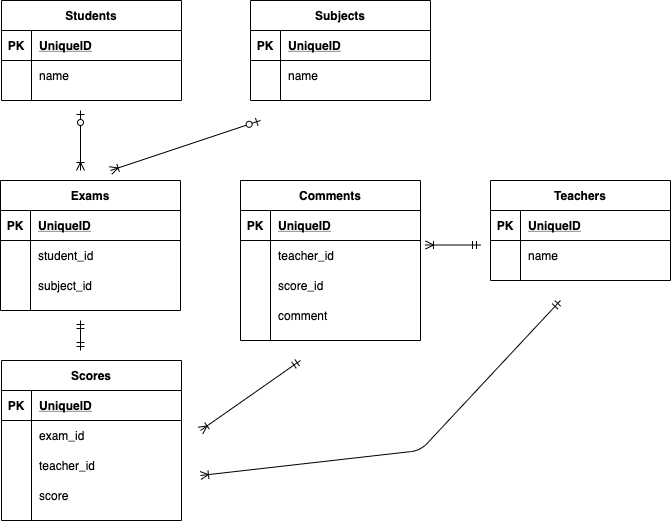
The draw.io diagram test.drawio.png in nakamura-jin/DB, before a commit. Source tidied: cells renumbered, new cells last; positions are measured from the earlier drawing's top-left corner, leaving out a move shared by most shapes.
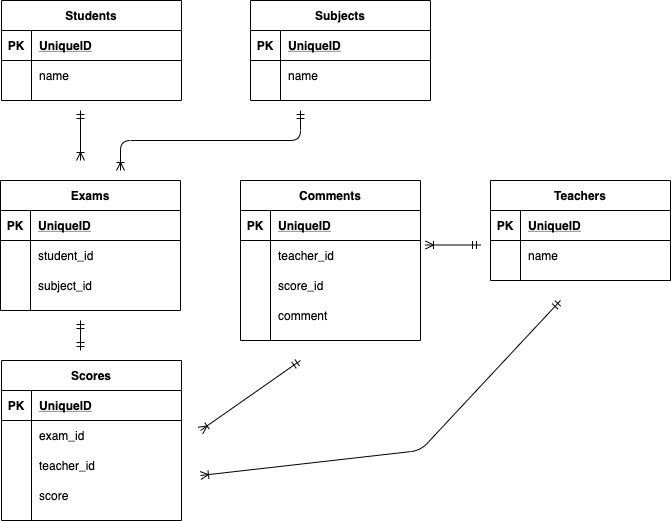
After the commit.

The edit, as a diff of the source:
```diff
@@ -173,18 +173,6 @@
     <mxCell id="58" value="comment" style="shape=partialRectangle;fillColor=none;top=0;left=0;bottom=0;right=0;align=left;spacingLeft=6;overflow=hidden;" parent="56" vertex="1">
       <mxGeometry x="30" width="150" height="30" as="geometry" />
     </mxCell>
-    <mxCell id="59" style="fontSize=12;html=1;endArrow=ERoneToMany;startArrow=ERzeroToOne;" parent="1" edge="1">
-      <mxGeometry relative="1" as="geometry">
-        <mxPoint x="80" y="110" as="sourcePoint" />
-        <mxPoint x="80" y="170" as="targetPoint" />
-      </mxGeometry>
-    </mxCell>
-    <mxCell id="60" style="fontSize=12;html=1;endArrow=ERoneToMany;startArrow=ERzeroToOne;" parent="1" edge="1">
-      <mxGeometry relative="1" as="geometry">
-        <mxPoint x="260" y="120" as="sourcePoint" />
-        <mxPoint x="110" y="170" as="targetPoint" />
-      </mxGeometry>
-    </mxCell>
     <mxCell id="61" style="fontSize=12;html=1;endArrow=ERmandOne;startArrow=ERmandOne;" parent="1" edge="1">
       <mxGeometry relative="1" as="geometry">
         <mxPoint x="80" y="320" as="sourcePoint" />
@@ -212,5 +200,17 @@
         </Array>
       </mxGeometry>
     </mxCell>
+    <mxCell id="65" style="fontSize=12;html=1;endArrow=ERoneToMany;startArrow=ERmandOne;" parent="1" edge="1">
+      <mxGeometry relative="1" as="geometry">
+        <mxPoint x="80" y="110" as="sourcePoint" />
+        <mxPoint x="80" y="160" as="targetPoint" />
+      </mxGeometry>
+    </mxCell>
+    <mxCell id="66" style="fontSize=12;html=1;endArrow=ERoneToMany;startArrow=ERmandOne;edgeStyle=elbowEdgeStyle;elbow=vertical;" parent="1" edge="1">
+      <mxGeometry relative="1" as="geometry">
+        <mxPoint x="300" y="110" as="sourcePoint" />
+        <mxPoint x="120" y="170" as="targetPoint" />
+      </mxGeometry>
+    </mxCell>
   </root>
 </mxGraphModel>
```
